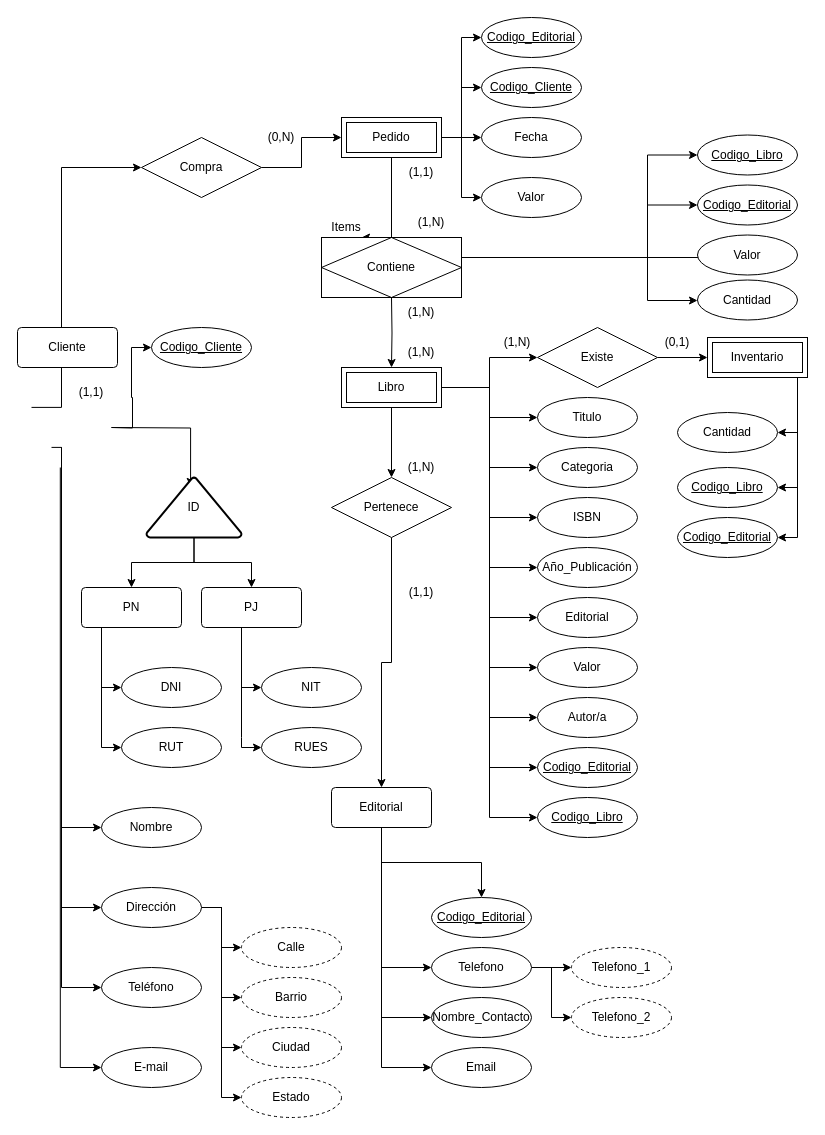
Before: modelo.drawio in smringdesigns/modelo, a draw.io diagram. Source tidied: cells renumbered, new cells numbered last; positions are measured from the earlier drawing's top-left corner, leaving out a move shared by most shapes. Both pictures are drawn from the tidied source at 100%, with x=0, y=0 at pixel (17, 17).
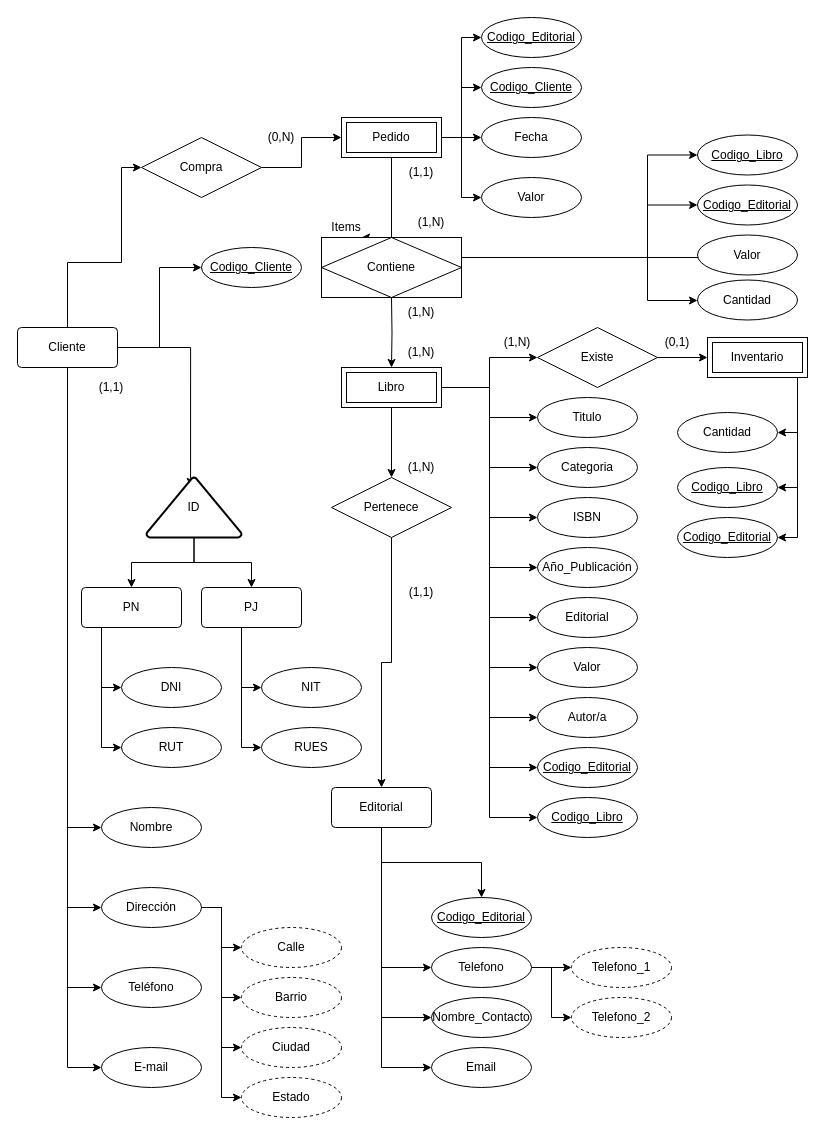
The same page after the edit.

Unchanged cells that the change refers to:
```xml
<mxCell id="9" value="Cliente" style="rounded=1;arcSize=10;whiteSpace=wrap;html=1;align=center;" parent="1" vertex="1">
  <mxGeometry y="310" width="100" height="40" as="geometry" />
</mxCell>
<mxCell id="38" value="Compra" style="shape=rhombus;perimeter=rhombusPerimeter;whiteSpace=wrap;html=1;align=center;" parent="1" vertex="1">
  <mxGeometry x="124" y="120" width="120" height="60" as="geometry" />
</mxCell>
<mxCell id="62" value="ID" style="strokeWidth=2;html=1;shape=mxgraph.flowchart.extract_or_measurement;whiteSpace=wrap;" parent="1" vertex="1">
  <mxGeometry x="129" y="460" width="95" height="60" as="geometry" />
</mxCell>
<mxCell id="69" value="Nombre" style="ellipse;whiteSpace=wrap;html=1;align=center;" parent="1" vertex="1">
  <mxGeometry x="84" y="790" width="100" height="40" as="geometry" />
</mxCell>
<mxCell id="74" value="Dirección" style="ellipse;whiteSpace=wrap;html=1;align=center;" parent="1" vertex="1">
  <mxGeometry x="84" y="870" width="100" height="40" as="geometry" />
</mxCell>
<mxCell id="75" value="Teléfono" style="ellipse;whiteSpace=wrap;html=1;align=center;" parent="1" vertex="1">
  <mxGeometry x="84" y="950" width="100" height="40" as="geometry" />
</mxCell>
<mxCell id="76" value="E-mail" style="ellipse;whiteSpace=wrap;html=1;align=center;" parent="1" vertex="1">
  <mxGeometry x="84" y="1030" width="100" height="40" as="geometry" />
</mxCell>
```

Change to the diagram source:
```diff
@@
-    <mxCell id="2" style="edgeStyle=orthogonalEdgeStyle;rounded=0;jettySize=auto;html=1;exitX=0.5;exitY=0;exitDx=0;exitDy=0;" parent="1" edge="1" target="38">
-      <mxGeometry relative="1" as="geometry">
-        <mxPoint x="14" y="389.9" as="sourcePoint" />
-        <Array as="points">
-          <mxPoint x="44" y="390" />
-          <mxPoint x="44" y="150" />
-        </Array>
-      </mxGeometry>
-    </mxCell>
-    <mxCell id="3" style="edgeStyle=orthogonalEdgeStyle;rounded=0;jettySize=auto;html=1;entryX=0;entryY=0.5;entryDx=0;entryDy=0;" parent="1" edge="1" target="69">
-      <mxGeometry relative="1" as="geometry">
-        <mxPoint x="44" y="430" as="sourcePoint" />
-        <Array as="points">
-          <mxPoint x="44" y="810" />
-        </Array>
-      </mxGeometry>
-    </mxCell>
-    <mxCell id="4" style="edgeStyle=orthogonalEdgeStyle;rounded=0;jettySize=auto;html=1;entryX=0;entryY=0.5;entryDx=0;entryDy=0;" parent="1" edge="1" target="74">
-      <mxGeometry relative="1" as="geometry">
-        <mxPoint x="34" y="429.9" as="sourcePoint" />
-        <Array as="points">
-          <mxPoint x="44" y="430" />
-          <mxPoint x="44" y="890" />
-        </Array>
-      </mxGeometry>
-    </mxCell>
-    <mxCell id="5" style="edgeStyle=orthogonalEdgeStyle;rounded=0;jettySize=auto;html=1;entryX=0;entryY=0.5;entryDx=0;entryDy=0;" parent="1" edge="1" target="75">
-      <mxGeometry relative="1" as="geometry">
-        <mxPoint x="44" y="430" as="sourcePoint" />
-        <Array as="points">
-          <mxPoint x="44" y="970" />
-        </Array>
-      </mxGeometry>
-    </mxCell>
-    <mxCell id="6" style="edgeStyle=orthogonalEdgeStyle;rounded=0;jettySize=auto;html=1;entryX=0;entryY=0.5;entryDx=0;entryDy=0;" parent="1" edge="1" target="76">
-      <mxGeometry relative="1" as="geometry">
-        <mxPoint x="42.8" y="450" as="sourcePoint" />
-        <Array as="points">
-          <mxPoint x="43" y="1050" />
-        </Array>
-      </mxGeometry>
-    </mxCell>
-    <mxCell id="7" style="edgeStyle=orthogonalEdgeStyle;rounded=0;jettySize=auto;html=1;entryX=0.464;entryY=0.148;entryDx=0;entryDy=0;entryPerimeter=0;" parent="1" edge="1" target="62">
-      <mxGeometry relative="1" as="geometry">
-        <mxPoint x="94" y="410" as="sourcePoint" />
-      </mxGeometry>
+    <mxCell id="7" style="edgeStyle=orthogonalEdgeStyle;rounded=0;jettySize=auto;html=1;entryX=0.464;entryY=0.148;entryDx=0;entryDy=0;entryPerimeter=0;exitX=1;exitY=0.5;exitDx=0;exitDy=0;" parent="1" edge="1" source="9" target="62">
+      <mxGeometry relative="1" as="geometry" />
     </mxCell>
-    <mxCell id="8" style="edgeStyle=orthogonalEdgeStyle;rounded=0;jettySize=auto;html=1;entryX=0;entryY=0.5;entryDx=0;entryDy=0;" parent="1" edge="1" target="102">
-      <mxGeometry relative="1" as="geometry">
-        <mxPoint x="94" y="410" as="sourcePoint" />
-      </mxGeometry>
-    </mxCell>
+    <mxCell id="114" style="edgeStyle=orthogonalEdgeStyle;rounded=0;jettySize=auto;html=1;entryX=0;entryY=0.5;entryDx=0;entryDy=0;" parent="1" edge="1" source="9" target="38">
+      <mxGeometry relative="1" as="geometry">
+        <Array as="points">
+          <mxPoint x="50" y="245" />
+          <mxPoint x="104" y="245" />
+          <mxPoint x="104" y="150" />
+        </Array>
+      </mxGeometry>
+    </mxCell>
+    <mxCell id="115" style="edgeStyle=orthogonalEdgeStyle;rounded=0;jettySize=auto;html=1;entryX=0;entryY=0.5;entryDx=0;entryDy=0;" parent="1" edge="1" source="9" target="102">
+      <mxGeometry relative="1" as="geometry" />
+    </mxCell>
+    <mxCell id="116" style="edgeStyle=orthogonalEdgeStyle;rounded=0;jettySize=auto;html=1;entryX=0;entryY=0.5;entryDx=0;entryDy=0;" parent="1" edge="1" source="9" target="69">
+      <mxGeometry relative="1" as="geometry" />
+    </mxCell>
+    <mxCell id="117" style="edgeStyle=orthogonalEdgeStyle;rounded=0;jettySize=auto;html=1;entryX=0;entryY=0.5;entryDx=0;entryDy=0;" parent="1" edge="1" source="9" target="74">
+      <mxGeometry relative="1" as="geometry" />
+    </mxCell>
+    <mxCell id="118" style="edgeStyle=orthogonalEdgeStyle;rounded=0;jettySize=auto;html=1;entryX=0;entryY=0.5;entryDx=0;entryDy=0;" parent="1" edge="1" source="9" target="75">
+      <mxGeometry relative="1" as="geometry" />
+    </mxCell>
+    <mxCell id="119" style="edgeStyle=orthogonalEdgeStyle;rounded=0;jettySize=auto;html=1;entryX=0;entryY=0.5;entryDx=0;entryDy=0;" parent="1" edge="1" source="9" target="76">
+      <mxGeometry relative="1" as="geometry" />
+    </mxCell>
@@
     <mxCell id="39" value="(1,1)" style="text;html=1;align=center;verticalAlign=middle;whiteSpace=wrap;rounded=0;" parent="1" vertex="1">
-      <mxGeometry x="44" y="360" width="60" height="30" as="geometry" />
+      <mxGeometry x="64" y="355" width="60" height="30" as="geometry" />
     </mxCell>
@@
     <mxCell id="102" value="Codigo_Cliente" style="ellipse;whiteSpace=wrap;html=1;align=center;fontStyle=4;" parent="1" vertex="1">
-      <mxGeometry x="134" y="310" width="100" height="40" as="geometry" />
+      <mxGeometry x="184" y="230" width="100" height="40" as="geometry" />
     </mxCell>
```
